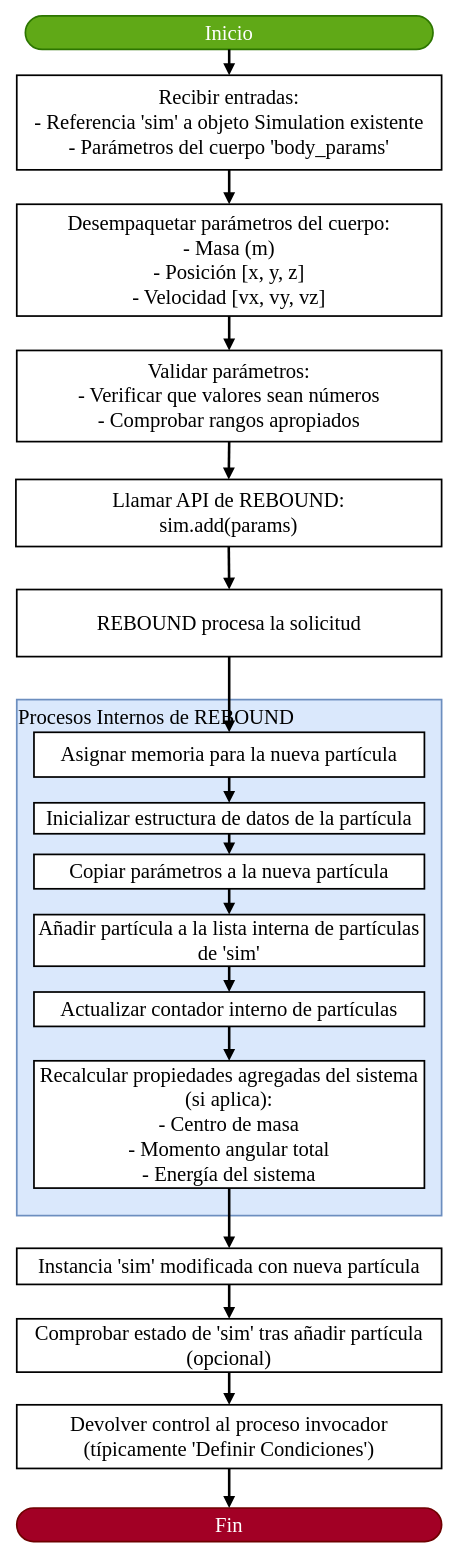
Before: page "Proceso05" (5 of 16) of img/Analisis/DiagramaProcesos/DiagramaProceso01_Captura Parámetros.drawio in CARBAJE/Presentacion, a draw.io diagram. Source tidied: cells renumbered, new cells numbered last; positions are measured from the earlier drawing's top-left corner, leaving out a move shared by most shapes. Both pictures are drawn from the tidied source at 86%, with x=0, y=0 at pixel (15, 15).
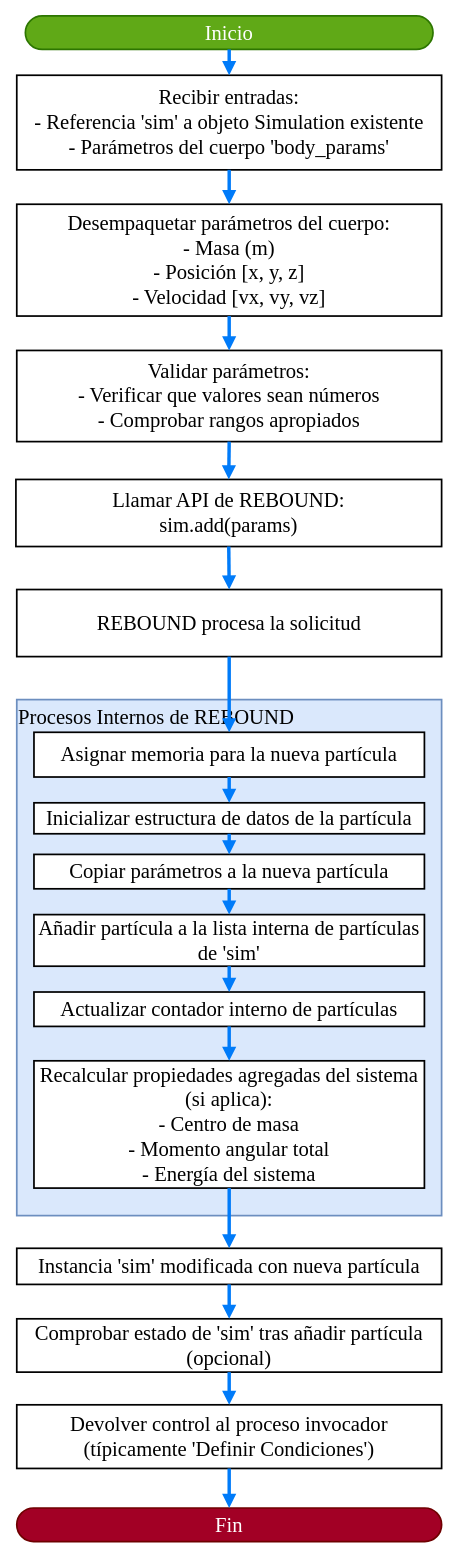
Above is the later version.

Unchanged cells that the change refers to:
```xml
<mxCell id="3" value="Inicializar estructura de datos de la partícula" style="whiteSpace=wrap;strokeWidth=2;fontFamily=Times New Roman;fontSize=24;" parent="1" vertex="1">
  <mxGeometry x="21" y="915" width="454" height="36" as="geometry" />
</mxCell>
<mxCell id="4" value="Asignar memoria para la nueva partícula" style="whiteSpace=wrap;strokeWidth=2;fontFamily=Times New Roman;fontSize=24;" parent="1" vertex="1">
  <mxGeometry x="21" y="833" width="454" height="52" as="geometry" />
</mxCell>
<mxCell id="5" value="Copiar parámetros a la nueva partícula" style="whiteSpace=wrap;strokeWidth=2;fontFamily=Times New Roman;fontSize=24;" parent="1" vertex="1">
  <mxGeometry x="21" y="975" width="454" height="40" as="geometry" />
</mxCell>
<mxCell id="6" value="Añadir partícula a la lista interna de partículas de 'sim'" style="whiteSpace=wrap;strokeWidth=2;fontFamily=Times New Roman;fontSize=24;" parent="1" vertex="1">
  <mxGeometry x="21" y="1045" width="454" height="60" as="geometry" />
</mxCell>
<mxCell id="7" value="Actualizar contador interno de partículas" style="whiteSpace=wrap;strokeWidth=2;fontFamily=Times New Roman;fontSize=24;" parent="1" vertex="1">
  <mxGeometry x="21" y="1135" width="454" height="40" as="geometry" />
</mxCell>
<mxCell id="8" value="Recalcular propiedades agregadas del sistema (si aplica):&#10;        - Centro de masa&#10;        - Momento angular total&#10;        - Energía del sistema" style="whiteSpace=wrap;strokeWidth=2;fontFamily=Times New Roman;fontSize=24;" parent="1" vertex="1">
  <mxGeometry x="21" y="1215" width="454" height="148" as="geometry" />
</mxCell>
<mxCell id="9" value="Inicio" style="rounded=1;whiteSpace=wrap;arcSize=50;strokeWidth=2;fontFamily=Times New Roman;fontSize=24;fillColor=#60a917;fontColor=#ffffff;strokeColor=#2D7600;" parent="1" vertex="1">
  <mxGeometry x="11" width="474" height="39" as="geometry" />
</mxCell>
<mxCell id="10" value="Recibir entradas:&#10;    - Referencia 'sim' a objeto Simulation existente&#10;    - Parámetros del cuerpo 'body_params'" style="whiteSpace=wrap;strokeWidth=2;fontFamily=Times New Roman;fontSize=24;" parent="1" vertex="1">
  <mxGeometry x="1" y="69" width="494" height="110" as="geometry" />
</mxCell>
<mxCell id="11" value="Desempaquetar parámetros del cuerpo:&#10;    - Masa (m)&#10;    - Posición [x, y, z]&#10;    - Velocidad [vx, vy, vz]" style="whiteSpace=wrap;strokeWidth=2;fontFamily=Times New Roman;fontSize=24;" parent="1" vertex="1">
  <mxGeometry x="1" y="219" width="494" height="130" as="geometry" />
</mxCell>
<mxCell id="12" value="Validar parámetros:&#10;    - Verificar que valores sean números&#10;    - Comprobar rangos apropiados" style="whiteSpace=wrap;strokeWidth=2;fontFamily=Times New Roman;fontSize=24;" parent="1" vertex="1">
  <mxGeometry x="1" y="389" width="494" height="106" as="geometry" />
</mxCell>
<mxCell id="13" value="Llamar API de REBOUND:&#10;    sim.add(params)" style="whiteSpace=wrap;strokeWidth=2;fontFamily=Times New Roman;fontSize=24;" parent="1" vertex="1">
  <mxGeometry y="539" width="495" height="78" as="geometry" />
</mxCell>
<mxCell id="14" value="REBOUND procesa la solicitud" style="whiteSpace=wrap;strokeWidth=2;fontFamily=Times New Roman;fontSize=24;" parent="1" vertex="1">
  <mxGeometry x="1" y="667" width="494" height="78" as="geometry" />
</mxCell>
<mxCell id="15" value="Instancia 'sim' modificada con nueva partícula" style="whiteSpace=wrap;strokeWidth=2;fontFamily=Times New Roman;fontSize=24;" parent="1" vertex="1">
  <mxGeometry x="1" y="1433" width="494" height="42" as="geometry" />
</mxCell>
<mxCell id="16" value="Comprobar estado de 'sim' tras añadir partícula (opcional)" style="whiteSpace=wrap;strokeWidth=2;fontFamily=Times New Roman;fontSize=24;" parent="1" vertex="1">
  <mxGeometry x="1" y="1515" width="494" height="62" as="geometry" />
</mxCell>
<mxCell id="17" value="Devolver control al proceso invocador&#10;    (típicamente 'Definir Condiciones')" style="whiteSpace=wrap;strokeWidth=2;fontFamily=Times New Roman;fontSize=24;" parent="1" vertex="1">
  <mxGeometry x="1" y="1615" width="494" height="74" as="geometry" />
</mxCell>
<mxCell id="18" value="Fin" style="rounded=1;whiteSpace=wrap;arcSize=50;strokeWidth=2;fontFamily=Times New Roman;fontSize=24;fillColor=#a20025;fontColor=#ffffff;strokeColor=#6F0000;" parent="1" vertex="1">
  <mxGeometry x="1" y="1735" width="494" height="39" as="geometry" />
</mxCell>
```

What changed in the source:
```diff
@@
-    <mxCell id="19" style="curved=1;startArrow=none;endArrow=block;exitX=0.5;exitY=1;entryX=0.5;entryY=0;rounded=0;fontFamily=Times New Roman;fontSize=24;strokeWidth=3;" parent="1" edge="1" source="9" target="10">
+    <mxCell id="19" style="curved=1;startArrow=none;endArrow=block;exitX=0.5;exitY=1;entryX=0.5;entryY=0;rounded=0;fontFamily=Times New Roman;fontSize=24;strokeWidth=4;strokeColor=#007BF9;flowAnimation=1;" parent="1" edge="1" source="9" target="10">
       <mxGeometry relative="1" as="geometry" />
     </mxCell>
-    <mxCell id="20" style="curved=1;startArrow=none;endArrow=block;exitX=0.5;exitY=1;entryX=0.5;entryY=0;rounded=0;fontFamily=Times New Roman;fontSize=24;strokeWidth=3;" parent="1" edge="1" source="10" target="11">
+    <mxCell id="20" style="curved=1;startArrow=none;endArrow=block;exitX=0.5;exitY=1;entryX=0.5;entryY=0;rounded=0;fontFamily=Times New Roman;fontSize=24;strokeWidth=4;strokeColor=#007BF9;flowAnimation=1;" parent="1" edge="1" source="10" target="11">
       <mxGeometry relative="1" as="geometry" />
     </mxCell>
-    <mxCell id="21" style="curved=1;startArrow=none;endArrow=block;exitX=0.5;exitY=1;entryX=0.5;entryY=0;rounded=0;fontFamily=Times New Roman;fontSize=24;strokeWidth=3;" parent="1" edge="1" source="11" target="12">
+    <mxCell id="21" style="curved=1;startArrow=none;endArrow=block;exitX=0.5;exitY=1;entryX=0.5;entryY=0;rounded=0;fontFamily=Times New Roman;fontSize=24;strokeWidth=4;strokeColor=#007BF9;flowAnimation=1;" parent="1" edge="1" source="11" target="12">
       <mxGeometry relative="1" as="geometry" />
     </mxCell>
-    <mxCell id="22" style="curved=1;startArrow=none;endArrow=block;exitX=0.5;exitY=1;entryX=0.5;entryY=0;rounded=0;fontFamily=Times New Roman;fontSize=24;strokeWidth=3;" parent="1" edge="1" source="12" target="13">
+    <mxCell id="22" style="curved=1;startArrow=none;endArrow=block;exitX=0.5;exitY=1;entryX=0.5;entryY=0;rounded=0;fontFamily=Times New Roman;fontSize=24;strokeWidth=4;strokeColor=#007BF9;flowAnimation=1;" parent="1" edge="1" source="12" target="13">
       <mxGeometry relative="1" as="geometry" />
     </mxCell>
-    <mxCell id="23" style="curved=1;startArrow=none;endArrow=block;exitX=0.5;exitY=1;entryX=0.5;entryY=0;rounded=0;fontFamily=Times New Roman;fontSize=24;strokeWidth=3;" parent="1" edge="1" source="13" target="14">
+    <mxCell id="23" style="curved=1;startArrow=none;endArrow=block;exitX=0.5;exitY=1;entryX=0.5;entryY=0;rounded=0;fontFamily=Times New Roman;fontSize=24;strokeWidth=4;strokeColor=#007BF9;flowAnimation=1;" parent="1" edge="1" source="13" target="14">
       <mxGeometry relative="1" as="geometry" />
     </mxCell>
-    <mxCell id="24" style="curved=1;startArrow=none;endArrow=block;exitX=0.5;exitY=1;entryX=0.5;entryY=0;rounded=0;fontFamily=Times New Roman;fontSize=24;strokeWidth=3;" parent="1" edge="1" source="4" target="3">
+    <mxCell id="24" style="curved=1;startArrow=none;endArrow=block;exitX=0.5;exitY=1;entryX=0.5;entryY=0;rounded=0;fontFamily=Times New Roman;fontSize=24;strokeWidth=4;strokeColor=#007BF9;flowAnimation=1;" parent="1" edge="1" source="4" target="3">
       <mxGeometry relative="1" as="geometry" />
     </mxCell>
-    <mxCell id="25" style="curved=1;startArrow=none;endArrow=block;exitX=0.5;exitY=1;entryX=0.5;entryY=0;rounded=0;fontFamily=Times New Roman;fontSize=24;strokeWidth=3;" parent="1" edge="1" source="3" target="5">
+    <mxCell id="25" style="curved=1;startArrow=none;endArrow=block;exitX=0.5;exitY=1;entryX=0.5;entryY=0;rounded=0;fontFamily=Times New Roman;fontSize=24;strokeWidth=4;strokeColor=#007BF9;flowAnimation=1;" parent="1" edge="1" source="3" target="5">
       <mxGeometry relative="1" as="geometry" />
     </mxCell>
-    <mxCell id="26" style="curved=1;startArrow=none;endArrow=block;exitX=0.5;exitY=1;entryX=0.5;entryY=0;rounded=0;fontFamily=Times New Roman;fontSize=24;strokeWidth=3;" parent="1" edge="1" source="5" target="6">
+    <mxCell id="26" style="curved=1;startArrow=none;endArrow=block;exitX=0.5;exitY=1;entryX=0.5;entryY=0;rounded=0;fontFamily=Times New Roman;fontSize=24;strokeWidth=4;strokeColor=#007BF9;flowAnimation=1;" parent="1" edge="1" source="5" target="6">
       <mxGeometry relative="1" as="geometry" />
     </mxCell>
-    <mxCell id="27" style="curved=1;startArrow=none;endArrow=block;exitX=0.5;exitY=1;entryX=0.5;entryY=0;rounded=0;fontFamily=Times New Roman;fontSize=24;strokeWidth=3;" parent="1" edge="1" source="6" target="7">
+    <mxCell id="27" style="curved=1;startArrow=none;endArrow=block;exitX=0.5;exitY=1;entryX=0.5;entryY=0;rounded=0;fontFamily=Times New Roman;fontSize=24;strokeWidth=4;strokeColor=#007BF9;flowAnimation=1;" parent="1" edge="1" source="6" target="7">
       <mxGeometry relative="1" as="geometry" />
     </mxCell>
-    <mxCell id="28" style="curved=1;startArrow=none;endArrow=block;exitX=0.5;exitY=1;entryX=0.5;entryY=0;rounded=0;fontFamily=Times New Roman;fontSize=24;strokeWidth=3;" parent="1" edge="1" source="7" target="8">
+    <mxCell id="28" style="curved=1;startArrow=none;endArrow=block;exitX=0.5;exitY=1;entryX=0.5;entryY=0;rounded=0;fontFamily=Times New Roman;fontSize=24;strokeWidth=4;strokeColor=#007BF9;flowAnimation=1;" parent="1" edge="1" source="7" target="8">
       <mxGeometry relative="1" as="geometry" />
     </mxCell>
-    <mxCell id="29" style="curved=1;startArrow=none;endArrow=block;exitX=0.5;exitY=1;entryX=0.5;entryY=0;rounded=0;fontFamily=Times New Roman;fontSize=24;strokeWidth=3;" parent="1" edge="1" source="14" target="4">
+    <mxCell id="29" style="curved=1;startArrow=none;endArrow=block;exitX=0.5;exitY=1;entryX=0.5;entryY=0;rounded=0;fontFamily=Times New Roman;fontSize=24;strokeWidth=4;strokeColor=#007BF9;flowAnimation=1;" parent="1" edge="1" source="14" target="4">
       <mxGeometry relative="1" as="geometry" />
     </mxCell>
-    <mxCell id="30" style="curved=1;startArrow=none;endArrow=block;exitX=0.5;exitY=1;entryX=0.5;entryY=0;rounded=0;fontFamily=Times New Roman;fontSize=24;strokeWidth=3;" parent="1" edge="1" source="8" target="15">
+    <mxCell id="30" style="curved=1;startArrow=none;endArrow=block;exitX=0.5;exitY=1;entryX=0.5;entryY=0;rounded=0;fontFamily=Times New Roman;fontSize=24;strokeWidth=4;strokeColor=#007BF9;flowAnimation=1;" parent="1" edge="1" source="8" target="15">
       <mxGeometry relative="1" as="geometry" />
     </mxCell>
-    <mxCell id="31" style="curved=1;startArrow=none;endArrow=block;exitX=0.5;exitY=1;entryX=0.5;entryY=0;rounded=0;fontFamily=Times New Roman;fontSize=24;strokeWidth=3;" parent="1" edge="1" source="15" target="16">
+    <mxCell id="31" style="curved=1;startArrow=none;endArrow=block;exitX=0.5;exitY=1;entryX=0.5;entryY=0;rounded=0;fontFamily=Times New Roman;fontSize=24;strokeWidth=4;strokeColor=#007BF9;flowAnimation=1;" parent="1" edge="1" source="15" target="16">
       <mxGeometry relative="1" as="geometry" />
     </mxCell>
-    <mxCell id="32" style="curved=1;startArrow=none;endArrow=block;exitX=0.5;exitY=1;entryX=0.5;entryY=0;rounded=0;fontFamily=Times New Roman;fontSize=24;strokeWidth=3;" parent="1" edge="1" source="16" target="17">
+    <mxCell id="32" style="curved=1;startArrow=none;endArrow=block;exitX=0.5;exitY=1;entryX=0.5;entryY=0;rounded=0;fontFamily=Times New Roman;fontSize=24;strokeWidth=4;strokeColor=#007BF9;flowAnimation=1;" parent="1" edge="1" source="16" target="17">
       <mxGeometry relative="1" as="geometry" />
     </mxCell>
-    <mxCell id="33" style="curved=1;startArrow=none;endArrow=block;exitX=0.5;exitY=1;entryX=0.5;entryY=0;rounded=0;fontFamily=Times New Roman;fontSize=24;strokeWidth=3;" parent="1" edge="1" source="17" target="18">
+    <mxCell id="33" style="curved=1;startArrow=none;endArrow=block;exitX=0.5;exitY=1;entryX=0.5;entryY=0;rounded=0;fontFamily=Times New Roman;fontSize=24;strokeWidth=4;strokeColor=#007BF9;flowAnimation=1;" parent="1" edge="1" source="17" target="18">
       <mxGeometry relative="1" as="geometry" />
     </mxCell>
```
